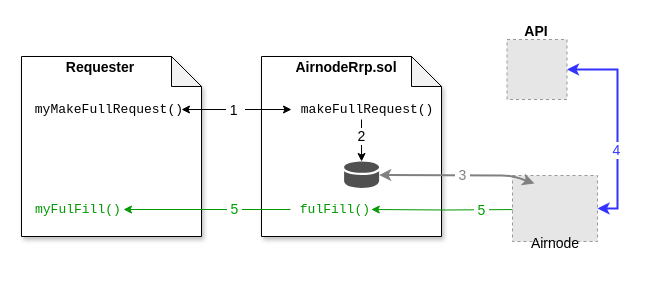
Before: docs/airnode/next/assets/diagrams/concepts-request.drawio in api3dao/old-api3-docs, a draw.io diagram. Source tidied: cells renumbered, new cells numbered last; positions are measured from the earlier drawing's top-left corner, leaving out a move shared by most shapes. Both pictures are drawn from the tidied source at 100%, with x=0, y=0 at pixel (21, 21). Pictures stored in the file or linked from it are replaced by grey dashed boxes.
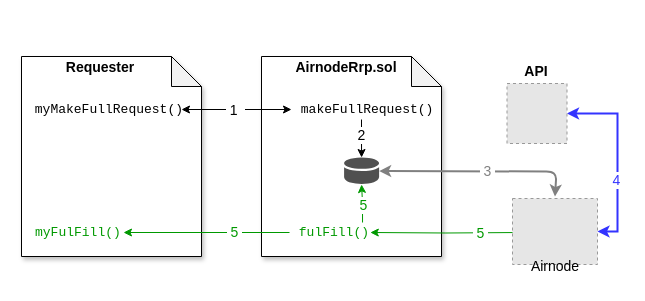
The same diagram, later.

Commit message (it also covers changes not shown here):
A missing line in the diagram

The change refers to these unchanged cells:
```xml
<mxCell id="15" style="edgeStyle=orthogonalEdgeStyle;rounded=0;jettySize=auto;html=1;fontSize=12;startArrow=classic;startFill=1;endArrow=classic;endFill=1;strokeColor=#3333FF;strokeWidth=2;entryX=0.5;entryY=1;entryDx=0;entryDy=0;exitX=1;exitY=0.5;exitDx=0;exitDy=0;" parent="1" edge="1" source="14" target="24">
  <mxGeometry relative="1" as="geometry" />
</mxCell>
```

The edit, as a diff of the source:
```diff
@@
     <mxCell id="2" style="shape=note;whiteSpace=wrap;html=1;backgroundOutline=1;darkOpacity=0.05;align=left;shadow=1;" parent="1" vertex="1">
-      <mxGeometry y="35" width="180" height="180" as="geometry" />
+      <mxGeometry y="35" width="180" height="200" as="geometry" />
     </mxCell>
     <mxCell id="3" style="shape=note;whiteSpace=wrap;html=1;backgroundOutline=1;darkOpacity=0.05;align=left;shadow=1;" parent="1" vertex="1">
-      <mxGeometry x="240" y="35" width="180" height="180" as="geometry" />
+      <mxGeometry x="240" y="35" width="180" height="200" as="geometry" />
     </mxCell>
@@
     <mxCell id="8" value="&lt;font color=&quot;#009900&quot; size=&quot;1&quot;&gt;&lt;span style=&quot;font-size: 13px&quot;&gt;myFulFill()&lt;/span&gt;&lt;/font&gt;" style="text;html=1;strokeColor=none;fillColor=none;align=left;verticalAlign=middle;whiteSpace=wrap;rounded=0;shadow=1;fontFamily=Courier New;" parent="1" vertex="1">
-      <mxGeometry x="12" y="178" width="90" height="20" as="geometry" />
+      <mxGeometry x="12" y="201" width="90" height="20" as="geometry" />
     </mxCell>
     <mxCell id="9" value="&lt;font color=&quot;#009900&quot; size=&quot;1&quot;&gt;&lt;span style=&quot;font-size: 13px&quot;&gt;&amp;nbsp;fulFill()&amp;nbsp;&lt;/span&gt;&lt;/font&gt;" style="text;html=1;strokeColor=none;fillColor=none;align=left;verticalAlign=middle;whiteSpace=wrap;rounded=0;shadow=1;fontFamily=Courier New;" parent="1" vertex="1">
-      <mxGeometry x="269" y="178" width="80.8" height="20" as="geometry" />
+      <mxGeometry x="268" y="201" width="80.8" height="20" as="geometry" />
     </mxCell>
@@
     <mxCell id="12" style="edgeStyle=orthogonalEdgeStyle;rounded=0;jettySize=auto;html=1;entryX=1;entryY=0.5;entryDx=0;entryDy=0;fontColor=#009900;strokeColor=#009900;strokeWidth=1;" parent="1" edge="1" target="9">
       <mxGeometry relative="1" as="geometry">
-        <mxPoint x="500" y="188" as="sourcePoint" />
+        <mxPoint x="500" y="211" as="sourcePoint" />
       </mxGeometry>
     </mxCell>
@@
     <mxCell id="14" style="fillColor=#E6E6E6;strokeColor=#999999;dashed=1;verticalLabelPosition=bottom;labelBackgroundColor=#ffffff;verticalAlign=top;" parent="1" vertex="1">
-      <mxGeometry x="491" y="154" width="85" height="66" as="geometry" />
+      <mxGeometry x="491" y="177" width="85" height="66" as="geometry" />
     </mxCell>
@@
     <mxCell id="16" value="&lt;span style=&quot;font-size: 14px&quot;&gt;&lt;font color=&quot;#3333ff&quot;&gt;&amp;nbsp;4&amp;nbsp;&lt;/font&gt;&lt;/span&gt;" style="edgeLabel;html=1;align=center;verticalAlign=middle;fontSize=12;" parent="15" vertex="1">
       <mxGeometry x="-0.03" y="2" relative="1" as="geometry">
-        <mxPoint y="23" as="offset" />
+        <mxPoint y="19" as="offset" />
       </mxGeometry>
     </mxCell>
     <mxCell id="17" value="&lt;font style=&quot;font-size: 14px&quot;&gt;Airnode&lt;/font&gt;" style="text;html=1;strokeColor=none;fillColor=none;align=center;verticalAlign=middle;whiteSpace=wrap;rounded=0;shadow=1;fontFamily=Helvetica;" parent="1" vertex="1">
-      <mxGeometry x="513.5" y="212" width="40" height="20" as="geometry" />
+      <mxGeometry x="513.5" y="235" width="40" height="20" as="geometry" />
     </mxCell>
@@
-    <mxCell id="22" style="endArrow=classic;html=1;endFill=1;startArrow=classic;startFill=1;strokeWidth=2;strokeColor=#808080;" parent="1" edge="1" target="26">
+    <mxCell id="22" style="endArrow=classic;html=1;endFill=1;startArrow=classic;startFill=1;strokeWidth=2;strokeColor=#808080;exitX=0.5;exitY=0;exitDx=0;exitDy=0;" parent="1" edge="1" target="26">
       <mxGeometry relative="1" as="geometry">
-        <mxPoint x="513" y="162" as="sourcePoint" />
+        <mxPoint x="533.5" y="175" as="sourcePoint" />
         <Array as="points">
-          <mxPoint x="490" y="154" />
+          <mxPoint x="535" y="150" />
         </Array>
       </mxGeometry>
     </mxCell>
@@
     <mxCell id="24" style="fillColor=#E6E6E6;strokeColor=#999999;dashed=1;verticalLabelPosition=bottom;labelBackgroundColor=#ffffff;verticalAlign=top;rotation=-90;" parent="1" vertex="1">
-      <mxGeometry x="485.5" y="18" width="60" height="60" as="geometry" />
+      <mxGeometry x="485.5" y="62" width="60" height="60" as="geometry" />
     </mxCell>
     <mxCell id="25" value="&lt;b&gt;&lt;font style=&quot;font-size: 14px&quot;&gt;API&lt;/font&gt;&lt;/b&gt;" style="text;html=1;strokeColor=none;fillColor=none;align=center;verticalAlign=middle;whiteSpace=wrap;rounded=0;shadow=1;" parent="1" vertex="1">
-      <mxGeometry x="460.4" width="110.2" height="20" as="geometry" />
+      <mxGeometry x="460.4" y="40" width="110.2" height="20" as="geometry" />
     </mxCell>
     <mxCell id="26" style="sketch=0;shadow=0;dashed=0;html=1;strokeColor=none;fillColor=#505050;labelPosition=center;verticalLabelPosition=bottom;verticalAlign=top;outlineConnect=0;align=center;shape=mxgraph.office.databases.database_mini_1;" parent="1" vertex="1">
-      <mxGeometry x="322.6" y="140" width="35" height="27" as="geometry" />
+      <mxGeometry x="322.6" y="136" width="35" height="27" as="geometry" />
     </mxCell>
+    <mxCell id="27" style="endArrow=classic;html=1;rounded=0;edgeStyle=orthogonalEdgeStyle;strokeColor=#009900;exitX=0.904;exitY=0;exitDx=0;exitDy=0;exitPerimeter=0;" parent="1" edge="1" source="9" target="26">
+      <mxGeometry relative="1" as="geometry" />
+    </mxCell>
+    <mxCell id="28" value="&lt;font style=&quot;font-size: 14px&quot; color=&quot;#009900&quot;&gt;&amp;nbsp;5&amp;nbsp;&lt;/font&gt;" style="edgeLabel;html=1;align=center;verticalAlign=middle;" parent="27" vertex="1">
+      <mxGeometry x="-0.26" y="-1" relative="1" as="geometry">
+        <mxPoint x="-1" y="-3" as="offset" />
+      </mxGeometry>
+    </mxCell>
```
